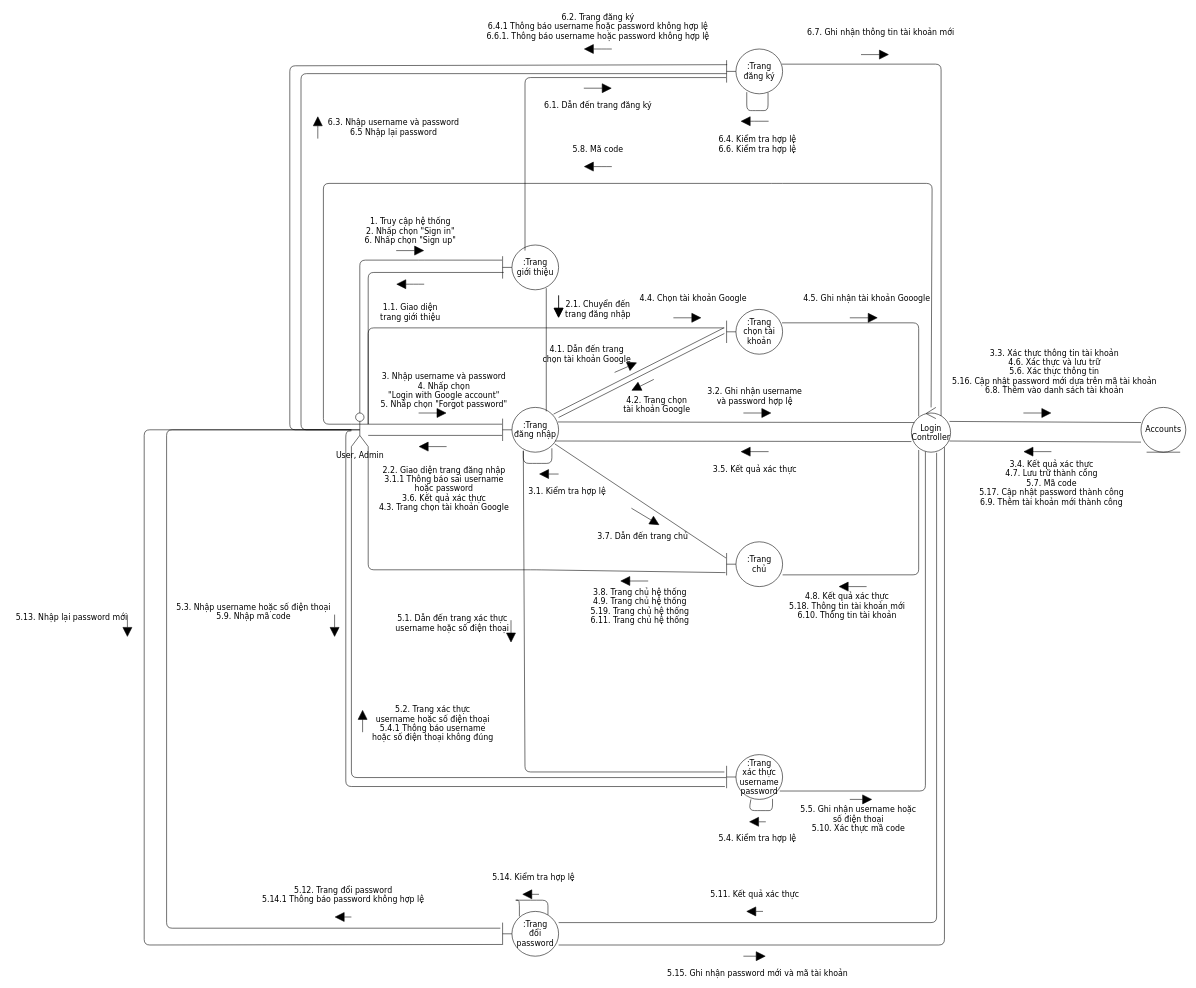
Merevoli-DatLuu/To-Do-App keeps this draw.io diagram as ToDoApp-Doc/Document/Diagram/Collaboration Diagram/Login/Login_CollaborationDiagram.drawio. Above is the earlier version. Source tidied: cells renumbered, new cells numbered last; positions are measured from the earlier drawing's top-left corner, leaving out a move shared by most shapes. Both pictures are drawn from the tidied source at 56%, with x=0, y=0 at pixel (10, 10).
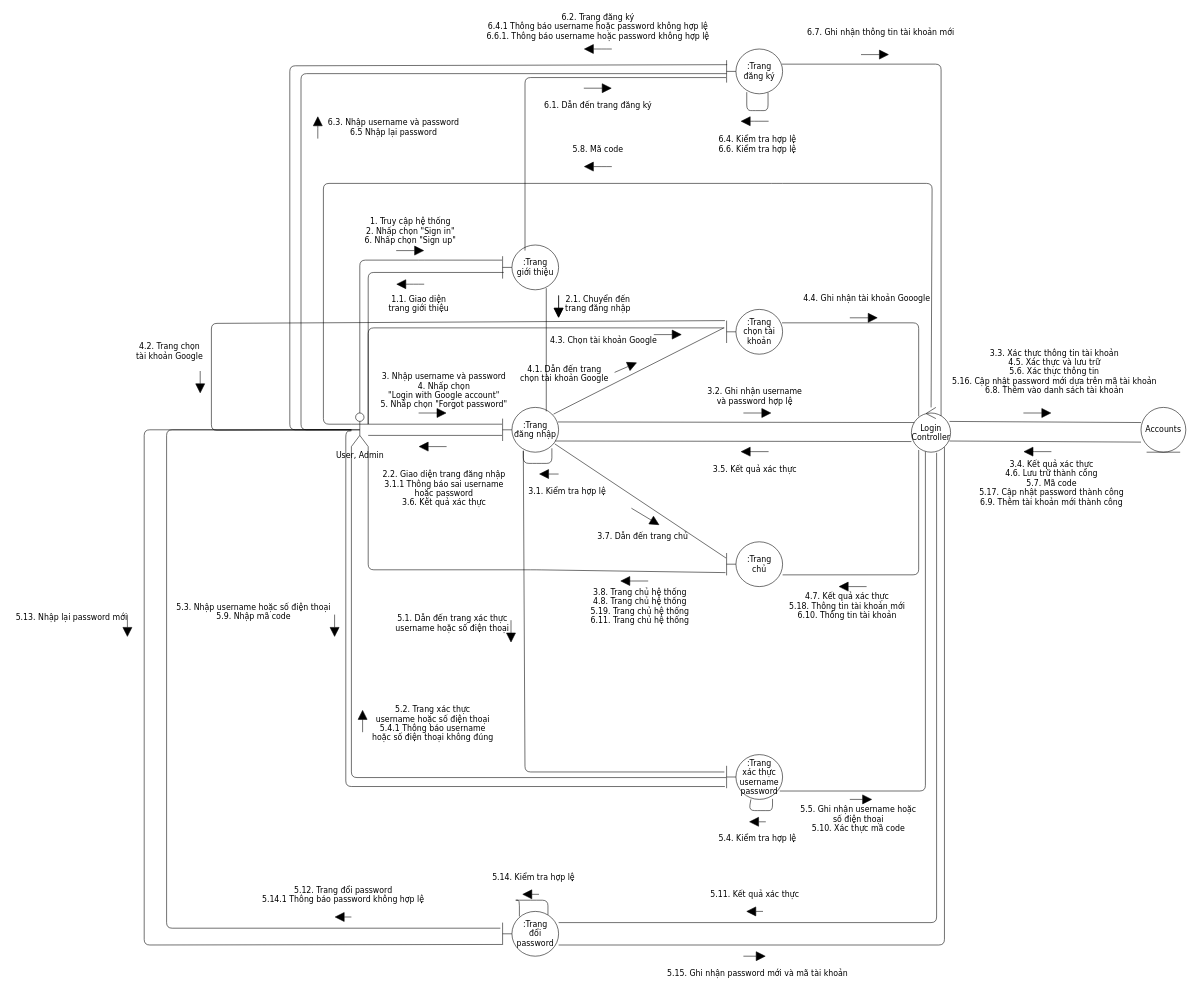
The same page after the edit.

Commit message (it also covers changes not shown here):
[Document, Modified]: Sequence diagram for Login

The change refers to these unchanged cells:
```xml
<mxCell id="2" value="User, Admin" style="shape=umlActor;verticalLabelPosition=bottom;verticalAlign=top;html=1;outlineConnect=0;fontFamily=Verdana;fontSize=14;" parent="1" vertex="1">
  <mxGeometry x="610" y="720" width="30" height="60" as="geometry" />
</mxCell>
<mxCell id="4" value="&lt;div style=&quot;font-size: 14px;&quot;&gt;:Trang &lt;br style=&quot;font-size: 14px;&quot;&gt;&lt;/div&gt;&lt;div style=&quot;font-size: 14px;&quot;&gt;đăng nhập&lt;br style=&quot;font-size: 14px;&quot;&gt;&lt;/div&gt;" style="shape=umlBoundary;whiteSpace=wrap;html=1;fontFamily=Verdana;fontSize=14;" parent="1" vertex="1">
  <mxGeometry x="880" y="710" width="100" height="80" as="geometry" />
</mxCell>
<mxCell id="7" value="&lt;div style=&quot;font-size: 14px;&quot;&gt;:Trang&lt;/div&gt;&lt;div style=&quot;font-size: 14px;&quot;&gt;chọn tài &lt;br style=&quot;font-size: 14px;&quot;&gt;&lt;/div&gt;&lt;div style=&quot;font-size: 14px;&quot;&gt;khoản&lt;br style=&quot;font-size: 14px;&quot;&gt;&lt;/div&gt;" style="shape=umlBoundary;whiteSpace=wrap;html=1;fontFamily=Verdana;fontSize=14;" parent="1" vertex="1">
  <mxGeometry x="1280" y="535" width="100" height="80" as="geometry" />
</mxCell>
```

Change to the diagram source:
```diff
@@
     <mxCell id="17" value="&lt;div style=&quot;font-size: 14px;&quot;&gt;1.1. Giao diện &lt;br style=&quot;font-size: 14px;&quot;&gt;&lt;/div&gt;&lt;div style=&quot;font-size: 14px;&quot;&gt;trang giới thiệu&lt;/div&gt;" style="text;html=1;align=center;verticalAlign=middle;fontFamily=Verdana;fontSize=14;" parent="1" vertex="1">
-      <mxGeometry x="655" y="520" width="120" height="40" as="geometry" />
+      <mxGeometry x="670" y="505" width="120" height="40" as="geometry" />
     </mxCell>
@@
     <mxCell id="20" value="&lt;div style=&quot;font-size: 14px;&quot;&gt;2.1. Chuyển đến&lt;/div&gt;&lt;div style=&quot;font-size: 14px;&quot;&gt;trang đăng nhập&lt;/div&gt;" style="text;html=1;align=center;verticalAlign=middle;fontFamily=Verdana;fontSize=14;" parent="1" vertex="1">
-      <mxGeometry x="985" y="515" width="130" height="40" as="geometry" />
+      <mxGeometry x="985" y="505" width="130" height="40" as="geometry" />
     </mxCell>
@@
-    <mxCell id="32" value="&lt;div style=&quot;font-size: 14px&quot;&gt;3.3. Xác thực thông tin tài khoản&lt;br style=&quot;font-size: 14px&quot;&gt;&lt;/div&gt;&lt;div style=&quot;font-size: 14px&quot;&gt;4.6. Xác thực và lưu trữ&lt;/div&gt;&lt;div style=&quot;font-size: 14px&quot;&gt;5.6. Xác thực thông tin&lt;/div&gt;&lt;div style=&quot;font-size: 14px&quot;&gt;&lt;div style=&quot;font-size: 14px&quot;&gt;5.16. Cập nhật password mới dựa trên mã tài khoản&lt;br style=&quot;font-size: 14px&quot;&gt;&lt;/div&gt;&lt;/div&gt;&lt;div style=&quot;font-size: 14px&quot;&gt;6.8. Thêm vào danh sách tài khoản&lt;/div&gt;" style="text;html=1;align=center;verticalAlign=middle;fontFamily=Verdana;fontSize=14;" parent="1" vertex="1">
+    <mxCell id="32" value="&lt;div style=&quot;font-size: 14px&quot;&gt;3.3. Xác thực thông tin tài khoản&lt;br style=&quot;font-size: 14px&quot;&gt;&lt;/div&gt;&lt;div style=&quot;font-size: 14px&quot;&gt;4.5. Xác thực và lưu trữ&lt;/div&gt;&lt;div style=&quot;font-size: 14px&quot;&gt;5.6. Xác thực thông tin&lt;/div&gt;&lt;div style=&quot;font-size: 14px&quot;&gt;&lt;div style=&quot;font-size: 14px&quot;&gt;5.16. Cập nhật password mới dựa trên mã tài khoản&lt;br style=&quot;font-size: 14px&quot;&gt;&lt;/div&gt;&lt;/div&gt;&lt;div style=&quot;font-size: 14px&quot;&gt;6.8. Thêm vào danh sách tài khoản&lt;/div&gt;" style="text;html=1;align=center;verticalAlign=middle;fontFamily=Verdana;fontSize=14;" parent="1" vertex="1">
       <mxGeometry x="1670" y="601" width="390" height="90" as="geometry" />
     </mxCell>
@@
-    <mxCell id="35" value="&lt;div style=&quot;font-size: 14px&quot;&gt;3.4. Kết quả xác thực&lt;/div&gt;&lt;div style=&quot;font-size: 14px&quot;&gt;4.7. Lưu trữ thành công&lt;br style=&quot;font-size: 14px&quot;&gt;&lt;/div&gt;&lt;div style=&quot;font-size: 14px&quot;&gt;5.7. Mã code&lt;/div&gt;&lt;div style=&quot;font-size: 14px&quot;&gt;5.17. Cập nhật password thành công&lt;br style=&quot;font-size: 14px&quot;&gt;&lt;/div&gt;&lt;div style=&quot;font-size: 14px&quot;&gt;6.9. Thêm tài khoản mới thành công&lt;br style=&quot;font-size: 14px&quot;&gt;&lt;/div&gt;" style="text;html=1;align=center;verticalAlign=middle;fontFamily=Verdana;fontSize=14;" parent="1" vertex="1">
+    <mxCell id="35" value="&lt;div style=&quot;font-size: 14px&quot;&gt;3.4. Kết quả xác thực&lt;/div&gt;&lt;div style=&quot;font-size: 14px&quot;&gt;4.6. Lưu trữ thành công&lt;br style=&quot;font-size: 14px&quot;&gt;&lt;/div&gt;&lt;div style=&quot;font-size: 14px&quot;&gt;5.7. Mã code&lt;/div&gt;&lt;div style=&quot;font-size: 14px&quot;&gt;5.17. Cập nhật password thành công&lt;br style=&quot;font-size: 14px&quot;&gt;&lt;/div&gt;&lt;div style=&quot;font-size: 14px&quot;&gt;6.9. Thêm tài khoản mới thành công&lt;br style=&quot;font-size: 14px&quot;&gt;&lt;/div&gt;" style="text;html=1;align=center;verticalAlign=middle;fontFamily=Verdana;fontSize=14;" parent="1" vertex="1">
       <mxGeometry x="1720" y="800" width="280" height="90" as="geometry" />
     </mxCell>
@@
-    <mxCell id="41" value="&lt;div style=&quot;font-size: 14px&quot;&gt;2.2. Giao diện trang đăng nhập&lt;/div&gt;&lt;div style=&quot;font-size: 14px&quot;&gt;3.1.1 Thông báo sai username&lt;/div&gt;&lt;div style=&quot;font-size: 14px&quot;&gt;hoặc password&lt;br style=&quot;font-size: 14px&quot;&gt;&lt;/div&gt;&lt;div style=&quot;font-size: 14px&quot;&gt;3.6. Kết quả xác thực&lt;/div&gt;4.3. Trang chọn tài khoản Google" style="text;html=1;align=center;verticalAlign=middle;fontFamily=Verdana;fontSize=14;" parent="1" vertex="1">
-      <mxGeometry x="650" y="810" width="250" height="90" as="geometry" />
+    <mxCell id="41" value="&lt;div style=&quot;font-size: 14px&quot;&gt;2.2. Giao diện trang đăng nhập&lt;/div&gt;&lt;div style=&quot;font-size: 14px&quot;&gt;3.1.1 Thông báo sai username&lt;/div&gt;&lt;div style=&quot;font-size: 14px&quot;&gt;hoặc password&lt;br style=&quot;font-size: 14px&quot;&gt;&lt;/div&gt;&lt;div style=&quot;font-size: 14px&quot;&gt;3.6. Kết quả xác thực&lt;/div&gt;" style="text;html=1;align=center;verticalAlign=middle;fontFamily=Verdana;fontSize=14;" parent="1" vertex="1">
+      <mxGeometry x="655" y="820" width="240" height="70" as="geometry" />
     </mxCell>
@@
-    <mxCell id="47" value="&lt;div style=&quot;font-size: 14px&quot;&gt;3.8. Trang chủ hệ thống&lt;/div&gt;&lt;div style=&quot;font-size: 14px&quot;&gt;4.9. Trang chủ hệ thống&lt;/div&gt;&lt;div style=&quot;font-size: 14px&quot;&gt;5.19. Trang chủ hệ thống&lt;/div&gt;6.11. Trang chủ hệ thống" style="text;html=1;align=center;verticalAlign=middle;fontFamily=Verdana;fontSize=14;" parent="1" vertex="1">
+    <mxCell id="47" value="&lt;div style=&quot;font-size: 14px&quot;&gt;3.8. Trang chủ hệ thống&lt;/div&gt;&lt;div style=&quot;font-size: 14px&quot;&gt;4.8. Trang chủ hệ thống&lt;/div&gt;&lt;div style=&quot;font-size: 14px&quot;&gt;5.19. Trang chủ hệ thống&lt;/div&gt;6.11. Trang chủ hệ thống" style="text;html=1;align=center;verticalAlign=middle;fontFamily=Verdana;fontSize=14;" parent="1" vertex="1">
       <mxGeometry x="1030" y="1030" width="190" height="70" as="geometry" />
     </mxCell>
@@
     <mxCell id="50" value="&lt;div style=&quot;font-size: 14px&quot;&gt;4.1. Dẫn đến trang&lt;/div&gt;&lt;div style=&quot;font-size: 14px&quot;&gt;chọn tài khoản Google&lt;/div&gt;" style="text;html=1;align=center;verticalAlign=middle;fontFamily=Verdana;fontSize=14;" parent="1" vertex="1">
-      <mxGeometry x="945" y="595" width="170" height="40" as="geometry" />
+      <mxGeometry x="905" y="630" width="170" height="40" as="geometry" />
     </mxCell>
-    <mxCell id="51" style="endArrow=none;html=1;exitX=1;exitY=0.225;exitDx=0;exitDy=0;exitPerimeter=0;entryX=-0.04;entryY=0.538;entryDx=0;entryDy=0;entryPerimeter=0;fontFamily=Verdana;fontSize=14;" parent="1" edge="1" source="4" target="7">
-      <mxGeometry relative="1" as="geometry" />
-    </mxCell>
-    <mxCell id="52" style="endArrow=block;html=1;fontSize=14;endFill=1;endSize=15;fontFamily=Verdana;" parent="1" edge="1">
-      <mxGeometry x="-0.2" y="49" relative="1" as="geometry">
-        <mxPoint x="1150" y="660" as="sourcePoint" />
-        <mxPoint x="1110" y="680" as="targetPoint" />
-      </mxGeometry>
-    </mxCell>
     <mxCell id="53" value="&lt;div style=&quot;font-size: 14px&quot;&gt;4.2. Trang chọn&lt;/div&gt;&lt;div style=&quot;font-size: 14px&quot;&gt;tài khoản Google&lt;/div&gt;" style="text;html=1;align=center;verticalAlign=middle;fontFamily=Verdana;fontSize=14;" parent="1" vertex="1">
-      <mxGeometry x="1090" y="685" width="130" height="40" as="geometry" />
+      <mxGeometry x="220" y="590" width="130" height="40" as="geometry" />
     </mxCell>
@@
     <mxCell id="55" style="endArrow=block;html=1;fontSize=14;endFill=1;endSize=15;fontFamily=Verdana;" parent="1" edge="1">
       <mxGeometry x="-0.2" y="49" relative="1" as="geometry">
-        <mxPoint x="1185" y="550" as="sourcePoint" />
-        <mxPoint x="1235" y="550" as="targetPoint" />
+        <mxPoint x="1150" y="580" as="sourcePoint" />
+        <mxPoint x="1200" y="580" as="targetPoint" />
       </mxGeometry>
     </mxCell>
-    <mxCell id="56" value="4.4. Chọn tài khoản Google" style="text;html=1;align=center;verticalAlign=middle;fontFamily=Verdana;fontSize=14;" parent="1" vertex="1">
-      <mxGeometry x="1115" y="505" width="210" height="20" as="geometry" />
+    <mxCell id="56" value="4.3. Chọn tài khoản Google" style="text;html=1;align=center;verticalAlign=middle;fontFamily=Verdana;fontSize=14;" parent="1" vertex="1">
+      <mxGeometry x="955" y="580" width="210" height="20" as="geometry" />
     </mxCell>
@@
-    <mxCell id="59" value="4.5. Ghi nhận tài khoản Gooogle" style="text;html=1;align=center;verticalAlign=middle;fontFamily=Verdana;fontSize=14;" parent="1" vertex="1">
+    <mxCell id="59" value="4.4. Ghi nhận tài khoản Gooogle" style="text;html=1;align=center;verticalAlign=middle;fontFamily=Verdana;fontSize=14;" parent="1" vertex="1">
       <mxGeometry x="1410" y="505" width="240" height="20" as="geometry" />
     </mxCell>
@@
-    <mxCell id="62" value="&lt;div style=&quot;font-size: 14px&quot;&gt;4.8. Kết quả xác thực&lt;/div&gt;&lt;div style=&quot;font-size: 14px&quot;&gt;5.18. Thông tin tài khoản mới&lt;/div&gt;&lt;div style=&quot;font-size: 14px&quot;&gt;6.10. Thông tin tài khoản&lt;/div&gt;" style="text;html=1;align=center;verticalAlign=middle;fontFamily=Verdana;fontSize=14;" parent="1" vertex="1">
+    <mxCell id="62" value="&lt;div style=&quot;font-size: 14px&quot;&gt;4.7. Kết quả xác thực&lt;/div&gt;&lt;div style=&quot;font-size: 14px&quot;&gt;5.18. Thông tin tài khoản mới&lt;/div&gt;&lt;div style=&quot;font-size: 14px&quot;&gt;6.10. Thông tin tài khoản&lt;/div&gt;" style="text;html=1;align=center;verticalAlign=middle;fontFamily=Verdana;fontSize=14;" parent="1" vertex="1">
       <mxGeometry x="1380" y="1035" width="230" height="60" as="geometry" />
     </mxCell>
@@
+    <mxCell id="112" style="endArrow=none;html=1;entryX=-0.03;entryY=0.25;entryDx=0;entryDy=0;entryPerimeter=0;" parent="1" edge="1" source="2" target="7">
+      <mxGeometry relative="1" as="geometry">
+        <Array as="points">
+          <mxPoint x="360" y="751" />
+          <mxPoint x="360" y="560" />
+        </Array>
+      </mxGeometry>
+    </mxCell>
+    <mxCell id="113" style="endArrow=block;html=1;fontSize=14;endFill=1;endSize=15;fontFamily=Verdana;" parent="1" edge="1">
+      <mxGeometry x="-0.2" y="49" relative="1" as="geometry">
+        <mxPoint x="340" y="645" as="sourcePoint" />
+        <mxPoint x="340" y="685" as="targetPoint" />
+      </mxGeometry>
+    </mxCell>
```
